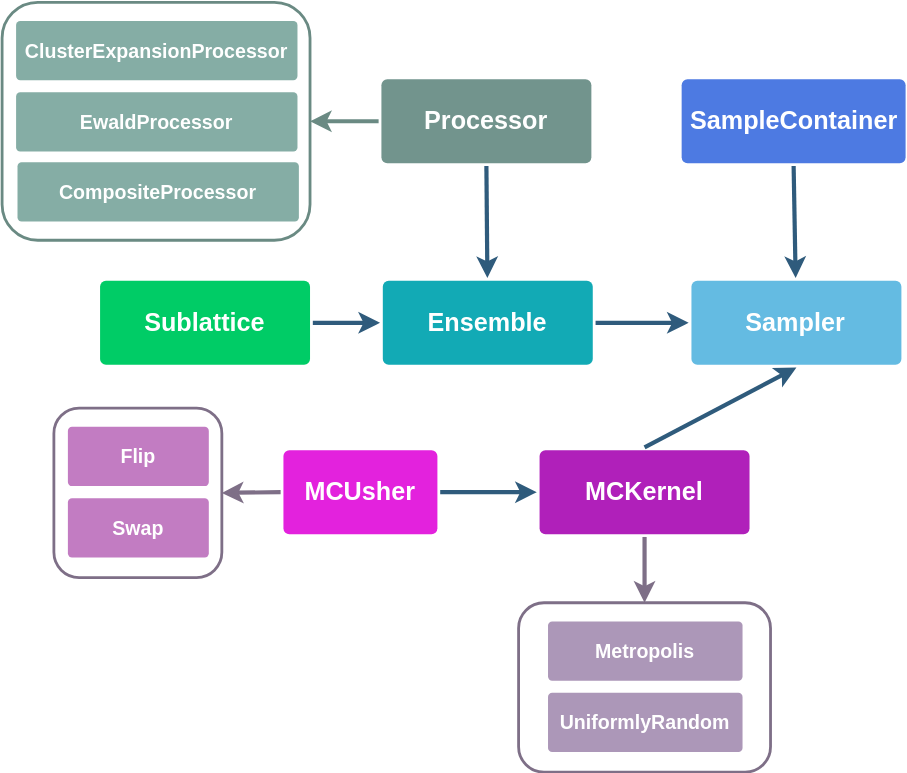
The draw.io diagram docs/_static/smol_moca.svg in CederGroupHub/smol, before a commit. Source tidied: cells renumbered, new cells last; positions are measured from the earlier drawing's top-left corner, leaving out a move shared by most shapes. The source it was exported from:
```xml
<mxGraphModel>
  <root>
    <mxCell id="0" />
    <mxCell id="1" parent="0" />
    <mxCell id="2" value="&lt;b&gt;&lt;font style=&quot;font-size: 18px;&quot;&gt;Sampler&lt;/font&gt;&lt;/b&gt;" style="rounded=1;whiteSpace=wrap;html=1;shadow=0;labelBackgroundColor=none;strokeColor=none;strokeWidth=3;fillColor=#64bbe2;fontFamily=Helvetica;fontSize=14;fontColor=#FFFFFF;align=center;spacing=5;arcSize=7;perimeterSpacing=2;" parent="1" vertex="1">
      <mxGeometry x="492.5" y="199" width="150" height="60" as="geometry" />
    </mxCell>
    <mxCell id="3" style="rounded=1;jettySize=auto;html=1;fontFamily=Helvetica;fontSize=12;fontColor=#FFFFFF;strokeColor=#2F5B7C;strokeWidth=3;" parent="1" edge="1" source="4" target="2">
      <mxGeometry relative="1" as="geometry" />
    </mxCell>
    <mxCell id="4" value="&lt;font style=&quot;font-size: 18px;&quot;&gt;Ensemble&lt;/font&gt;" style="rounded=1;whiteSpace=wrap;html=1;shadow=0;labelBackgroundColor=none;strokeColor=none;strokeWidth=3;fillColor=#12aab5;fontFamily=Helvetica;fontSize=14;fontColor=#FFFFFF;align=center;spacing=5;fontStyle=1;arcSize=7;perimeterSpacing=2;" parent="1" vertex="1">
      <mxGeometry x="272" y="199" width="150" height="60" as="geometry" />
    </mxCell>
    <mxCell id="5" style="edgeStyle=orthogonalEdgeStyle;rounded=0;jettySize=auto;html=1;exitX=0;exitY=0.5;exitDx=0;exitDy=0;entryX=1;entryY=0.5;entryDx=0;entryDy=0;fontSize=18;strokeColor=#6A8A83;strokeWidth=3;" parent="1" edge="1" source="7" target="9">
      <mxGeometry relative="1" as="geometry" />
    </mxCell>
    <mxCell id="6" style="rounded=0;jettySize=auto;html=1;exitX=0.5;exitY=1;exitDx=0;exitDy=0;fontSize=18;strokeColor=#2F5B7C;strokeWidth=3;" parent="1" edge="1" source="7" target="4">
      <mxGeometry relative="1" as="geometry" />
    </mxCell>
    <mxCell id="7" value="&lt;font style=&quot;font-size: 18px;&quot;&gt;Processor&lt;/font&gt;" style="rounded=1;whiteSpace=wrap;html=1;shadow=0;labelBackgroundColor=none;strokeColor=none;strokeWidth=3;fillColor=#72948D;fontFamily=Helvetica;fontSize=14;fontColor=#FFFFFF;align=center;spacing=5;fontStyle=1;arcSize=7;perimeterSpacing=2;" parent="1" vertex="1">
      <mxGeometry x="271" y="55" width="150" height="60" as="geometry" />
    </mxCell>
    <mxCell id="8" style="group;" parent="1" vertex="1">
      <mxGeometry width="220" height="170" as="geometry" />
    </mxCell>
    <mxCell id="9" style="rounded=1;whiteSpace=wrap;html=1;fontSize=18;fillColor=none;strokeWidth=2;strokeColor=#6A8A83;" parent="8" vertex="1">
      <mxGeometry width="220" height="170" as="geometry" />
    </mxCell>
    <mxCell id="10" value="ClusterExpansionProcessor" style="rounded=1;whiteSpace=wrap;html=1;shadow=0;labelBackgroundColor=none;strokeColor=none;strokeWidth=3;fillColor=#85ADA5;fontFamily=Helvetica;fontSize=14;fontColor=#FFFFFF;align=center;spacing=5;fontStyle=1;arcSize=7;perimeterSpacing=2;" parent="8" vertex="1">
      <mxGeometry x="10" y="13.3" width="201" height="42.3" as="geometry" />
    </mxCell>
    <mxCell id="11" value="EwaldProcessor" style="rounded=1;whiteSpace=wrap;html=1;shadow=0;labelBackgroundColor=none;strokeColor=none;strokeWidth=3;fillColor=#85ADA5;fontFamily=Helvetica;fontSize=14;fontColor=#FFFFFF;align=center;spacing=5;fontStyle=1;arcSize=7;perimeterSpacing=2;" parent="8" vertex="1">
      <mxGeometry x="10" y="64.3" width="201" height="42.3" as="geometry" />
    </mxCell>
    <mxCell id="12" value="CompositeProcessor" style="rounded=1;whiteSpace=wrap;html=1;shadow=0;labelBackgroundColor=none;strokeColor=none;strokeWidth=3;fillColor=#85ADA5;fontFamily=Helvetica;fontSize=14;fontColor=#FFFFFF;align=center;spacing=5;fontStyle=1;arcSize=7;perimeterSpacing=2;" parent="8" vertex="1">
      <mxGeometry x="11" y="114.3" width="201" height="42.3" as="geometry" />
    </mxCell>
    <mxCell id="13" style="edgeStyle=none;rounded=0;jettySize=auto;html=1;exitX=0.5;exitY=1;exitDx=0;exitDy=0;fontSize=18;strokeColor=#2F5B7C;strokeWidth=3;" parent="1" edge="1" source="14" target="2">
      <mxGeometry relative="1" as="geometry" />
    </mxCell>
    <mxCell id="14" value="&lt;b&gt;&lt;font style=&quot;font-size: 18px;&quot;&gt;SampleContainer&lt;/font&gt;&lt;/b&gt;" style="rounded=1;whiteSpace=wrap;html=1;shadow=0;labelBackgroundColor=none;strokeColor=none;strokeWidth=3;fillColor=#4D7AE2;fontFamily=Helvetica;fontSize=14;fontColor=#FFFFFF;align=center;spacing=5;arcSize=7;perimeterSpacing=2;" parent="1" vertex="1">
      <mxGeometry x="485.5" y="55" width="160" height="60" as="geometry" />
    </mxCell>
    <mxCell id="15" style="edgeStyle=none;rounded=0;jettySize=auto;html=1;exitX=0.5;exitY=0;exitDx=0;exitDy=0;fontSize=18;strokeColor=#2F5B7C;strokeWidth=3;entryX=0.5;entryY=1;entryDx=0;entryDy=0;" parent="1" edge="1" source="17" target="2">
      <mxGeometry relative="1" as="geometry" />
    </mxCell>
    <mxCell id="16" style="edgeStyle=none;rounded=0;jettySize=auto;html=1;exitX=0.5;exitY=1;exitDx=0;exitDy=0;entryX=0.5;entryY=0;entryDx=0;entryDy=0;fontSize=18;strokeColor=#7E6F87;strokeWidth=3;" parent="1" edge="1" source="17" target="24">
      <mxGeometry relative="1" as="geometry" />
    </mxCell>
    <mxCell id="17" value="&lt;b&gt;&lt;font style=&quot;font-size: 18px;&quot;&gt;MCKernel&lt;/font&gt;&lt;/b&gt;" style="rounded=1;whiteSpace=wrap;html=1;shadow=0;labelBackgroundColor=none;strokeColor=none;strokeWidth=3;fillColor=#B020BA;fontFamily=Helvetica;fontSize=14;fontColor=#FFFFFF;align=center;spacing=5;arcSize=7;perimeterSpacing=2;" parent="1" vertex="1">
      <mxGeometry x="384" y="320" width="150" height="60" as="geometry" />
    </mxCell>
    <mxCell id="18" style="edgeStyle=none;rounded=0;jettySize=auto;html=1;fontSize=18;strokeColor=#2F5B7C;strokeWidth=3;" parent="1" edge="1" source="20" target="17">
      <mxGeometry relative="1" as="geometry" />
    </mxCell>
    <mxCell id="19" style="edgeStyle=none;rounded=0;jettySize=auto;html=1;exitX=0;exitY=0.5;exitDx=0;exitDy=0;entryX=1;entryY=0.5;entryDx=0;entryDy=0;fontSize=18;strokeColor=#7E6F87;strokeWidth=3;" parent="1" edge="1" source="20" target="28">
      <mxGeometry relative="1" as="geometry" />
    </mxCell>
    <mxCell id="20" value="&lt;b&gt;&lt;font style=&quot;font-size: 18px;&quot;&gt;MCUsher&lt;/font&gt;&lt;/b&gt;" style="rounded=1;whiteSpace=wrap;html=1;shadow=0;labelBackgroundColor=none;strokeColor=none;strokeWidth=3;fillColor=#E322DD;fontFamily=Helvetica;fontSize=14;fontColor=#FFFFFF;align=center;spacing=5;arcSize=7;perimeterSpacing=2;" parent="1" vertex="1">
      <mxGeometry x="201" y="320" width="110" height="60" as="geometry" />
    </mxCell>
    <mxCell id="21" style="edgeStyle=none;rounded=0;jettySize=auto;html=1;exitX=1;exitY=0.5;exitDx=0;exitDy=0;entryX=0;entryY=0.5;entryDx=0;entryDy=0;fontSize=18;strokeColor=#2F5B7C;strokeWidth=3;" parent="1" edge="1" source="22" target="4">
      <mxGeometry relative="1" as="geometry" />
    </mxCell>
    <mxCell id="22" value="&lt;font style=&quot;font-size: 18px;&quot;&gt;Sublattice&lt;/font&gt;" style="rounded=1;whiteSpace=wrap;html=1;shadow=0;labelBackgroundColor=none;strokeColor=none;strokeWidth=3;fillColor=#00CC66;fontFamily=Helvetica;fontSize=14;fontColor=#FFFFFF;align=center;spacing=5;fontStyle=1;arcSize=7;perimeterSpacing=2;" parent="1" vertex="1">
      <mxGeometry x="70" y="199" width="150" height="60" as="geometry" />
    </mxCell>
    <mxCell id="23" style="group;" parent="1" vertex="1">
      <mxGeometry x="369" y="429" width="180" height="121" as="geometry" />
    </mxCell>
    <mxCell id="24" style="rounded=1;whiteSpace=wrap;html=1;fontSize=18;fillColor=none;strokeWidth=2;strokeColor=#7E6F87;" parent="23" vertex="1">
      <mxGeometry width="180" height="121" as="geometry" />
    </mxCell>
    <mxCell id="25" value="Metropolis" style="rounded=1;whiteSpace=wrap;html=1;shadow=0;labelBackgroundColor=none;strokeColor=none;strokeWidth=3;fillColor=#AC97B8;fontFamily=Helvetica;fontSize=14;fontColor=#FFFFFF;align=center;spacing=5;fontStyle=1;arcSize=7;perimeterSpacing=2;" parent="23" vertex="1">
      <mxGeometry x="21" y="13.3" width="139" height="42.3" as="geometry" />
    </mxCell>
    <mxCell id="26" value="UniformlyRandom" style="rounded=1;whiteSpace=wrap;html=1;shadow=0;labelBackgroundColor=none;strokeColor=none;strokeWidth=3;fillColor=#AC97B8;fontFamily=Helvetica;fontSize=14;fontColor=#FFFFFF;align=center;spacing=5;fontStyle=1;arcSize=7;perimeterSpacing=2;" parent="23" vertex="1">
      <mxGeometry x="21" y="64.3" width="139" height="42.3" as="geometry" />
    </mxCell>
    <mxCell id="27" style="group;" parent="1" vertex="1">
      <mxGeometry x="37" y="290" width="120" height="121" as="geometry" />
    </mxCell>
    <mxCell id="28" style="rounded=1;whiteSpace=wrap;html=1;fontSize=18;fillColor=none;strokeWidth=2;strokeColor=#7E6F87;" parent="27" vertex="1">
      <mxGeometry width="120" height="121" as="geometry" />
    </mxCell>
    <mxCell id="29" value="Flip" style="rounded=1;whiteSpace=wrap;html=1;shadow=0;labelBackgroundColor=none;strokeColor=none;strokeWidth=3;fillColor=#C27CC2;fontFamily=Helvetica;fontSize=14;fontColor=#FFFFFF;align=center;spacing=5;fontStyle=1;arcSize=7;perimeterSpacing=2;" parent="27" vertex="1">
      <mxGeometry x="10" y="13.3" width="100.7" height="42.3" as="geometry" />
    </mxCell>
    <mxCell id="30" value="Swap" style="rounded=1;whiteSpace=wrap;html=1;shadow=0;labelBackgroundColor=none;strokeColor=none;strokeWidth=3;fillColor=#C27CC2;fontFamily=Helvetica;fontSize=14;fontColor=#FFFFFF;align=center;spacing=5;fontStyle=1;arcSize=7;perimeterSpacing=2;" parent="27" vertex="1">
      <mxGeometry x="10" y="64.3" width="100.7" height="42.3" as="geometry" />
    </mxCell>
  </root>
</mxGraphModel>
```
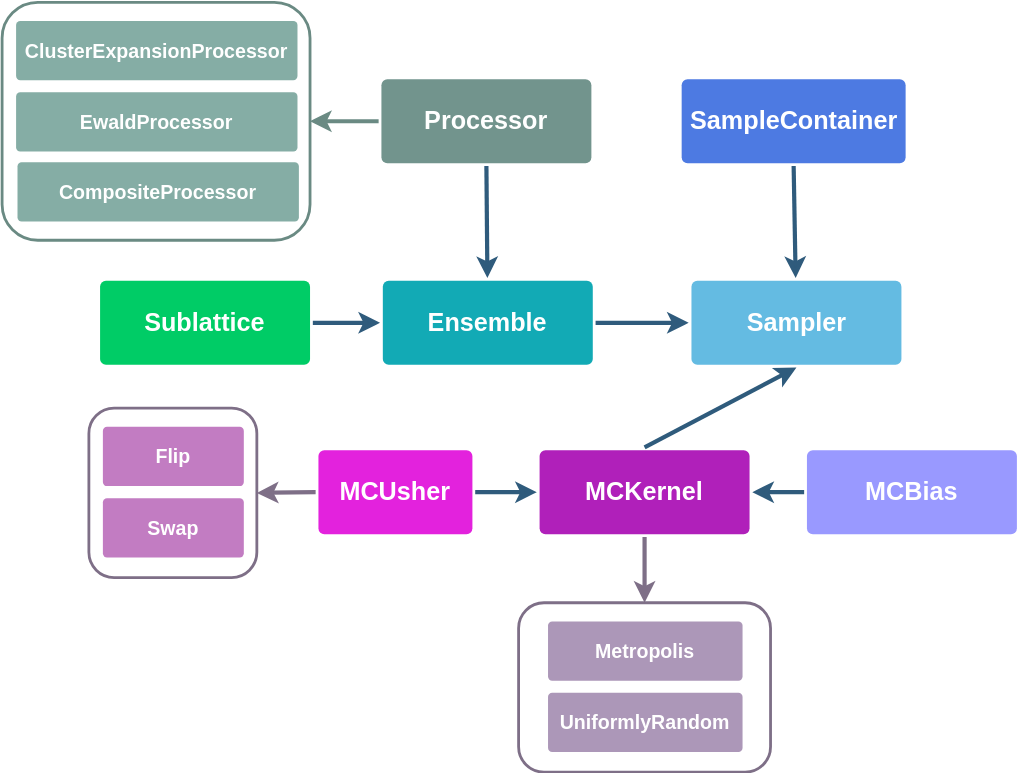
Later version of the same file.

What changed in the source:
```diff
@@ -57,7 +57,7 @@
       <mxGeometry relative="1" as="geometry" />
     </mxCell>
     <mxCell id="20" value="&lt;b&gt;&lt;font style=&quot;font-size: 18px;&quot;&gt;MCUsher&lt;/font&gt;&lt;/b&gt;" style="rounded=1;whiteSpace=wrap;html=1;shadow=0;labelBackgroundColor=none;strokeColor=none;strokeWidth=3;fillColor=#E322DD;fontFamily=Helvetica;fontSize=14;fontColor=#FFFFFF;align=center;spacing=5;arcSize=7;perimeterSpacing=2;" parent="1" vertex="1">
-      <mxGeometry x="201" y="320" width="110" height="60" as="geometry" />
+      <mxGeometry x="226" y="320" width="110" height="60" as="geometry" />
     </mxCell>
     <mxCell id="21" style="edgeStyle=none;rounded=0;jettySize=auto;html=1;exitX=1;exitY=0.5;exitDx=0;exitDy=0;entryX=0;entryY=0.5;entryDx=0;entryDy=0;fontSize=18;strokeColor=#2F5B7C;strokeWidth=3;" parent="1" edge="1" source="22" target="4">
       <mxGeometry relative="1" as="geometry" />
@@ -78,7 +78,7 @@
       <mxGeometry x="21" y="64.3" width="139" height="42.3" as="geometry" />
     </mxCell>
     <mxCell id="27" style="group;" parent="1" vertex="1">
-      <mxGeometry x="37" y="290" width="120" height="121" as="geometry" />
+      <mxGeometry x="62" y="290" width="120" height="121" as="geometry" />
     </mxCell>
     <mxCell id="28" style="rounded=1;whiteSpace=wrap;html=1;fontSize=18;fillColor=none;strokeWidth=2;strokeColor=#7E6F87;" parent="27" vertex="1">
       <mxGeometry width="120" height="121" as="geometry" />
@@ -89,5 +89,11 @@
     <mxCell id="30" value="Swap" style="rounded=1;whiteSpace=wrap;html=1;shadow=0;labelBackgroundColor=none;strokeColor=none;strokeWidth=3;fillColor=#C27CC2;fontFamily=Helvetica;fontSize=14;fontColor=#FFFFFF;align=center;spacing=5;fontStyle=1;arcSize=7;perimeterSpacing=2;" parent="27" vertex="1">
       <mxGeometry x="10" y="64.3" width="100.7" height="42.3" as="geometry" />
     </mxCell>
+    <mxCell id="31" style="rounded=0;jettySize=auto;html=1;entryX=1;entryY=0.5;entryDx=0;entryDy=0;strokeWidth=3;strokeColor=#2F5B7C;" parent="1" edge="1" source="32" target="17">
+      <mxGeometry relative="1" as="geometry" />
+    </mxCell>
+    <mxCell id="32" value="&lt;b&gt;&lt;font style=&quot;font-size: 18px;&quot;&gt;MCBias&lt;/font&gt;&lt;/b&gt;" style="rounded=1;whiteSpace=wrap;html=1;shadow=0;labelBackgroundColor=none;strokeColor=none;strokeWidth=3;fillColor=#9999FF;fontFamily=Helvetica;fontSize=14;fontColor=#FFFFFF;align=center;spacing=5;arcSize=7;perimeterSpacing=2;" parent="1" vertex="1">
+      <mxGeometry x="575" y="320" width="150" height="60" as="geometry" />
+    </mxCell>
   </root>
 </mxGraphModel>
```
